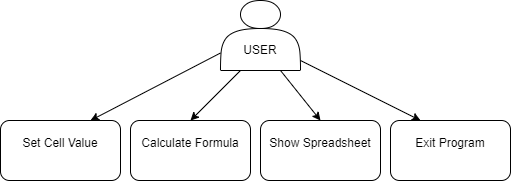
This is Use_case.drawio.png from hniina/Software_Architecture_project, a draw.io export, as it was before one commit. Source tidied: cells renumbered, new cells last; positions are measured from the earlier drawing's top-left corner, leaving out a move shared by most shapes.
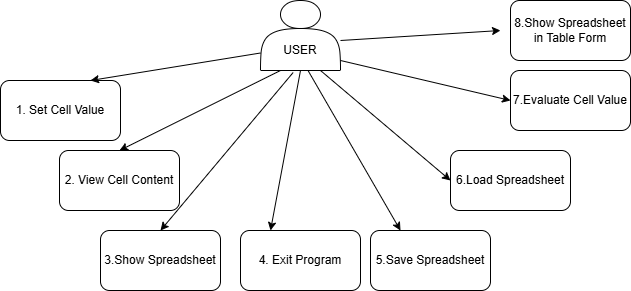
After the commit.

Diff of the diagram source:
```diff
@@ -2,34 +2,63 @@
   <root>
     <mxCell id="0" />
     <mxCell id="1" parent="0" />
-    <mxCell id="2" value="&#10;Set Cell Value&#10;&#10;" style="rounded=1;whiteSpace=wrap;html=1;" parent="1" vertex="1">
-      <mxGeometry y="120" width="120" height="60" as="geometry" />
+    <mxCell id="2" value="&lt;br&gt;1. Set Cell Value&lt;div&gt;&lt;br/&gt;&lt;/div&gt;" style="rounded=1;whiteSpace=wrap;html=1;" parent="1" vertex="1">
+      <mxGeometry x="-40" y="50" width="120" height="60" as="geometry" />
     </mxCell>
-    <mxCell id="3" value="&#10;Calculate Formula&#10;&#10;" style="rounded=1;whiteSpace=wrap;html=1;" parent="1" vertex="1">
-      <mxGeometry x="130" y="120" width="120" height="60" as="geometry" />
+    <mxCell id="3" value="2. View Cell Content" style="rounded=1;whiteSpace=wrap;html=1;" parent="1" vertex="1">
+      <mxGeometry x="19" y="120" width="120" height="60" as="geometry" />
     </mxCell>
-    <mxCell id="4" value="&#10;Show Spreadsheet&#10;&#10;" style="rounded=1;whiteSpace=wrap;html=1;" parent="1" vertex="1">
-      <mxGeometry x="260" y="120" width="120" height="60" as="geometry" />
+    <mxCell id="4" value="&lt;br&gt;3.Show Spreadsheet&lt;div&gt;&lt;br/&gt;&lt;/div&gt;" style="rounded=1;whiteSpace=wrap;html=1;" parent="1" vertex="1">
+      <mxGeometry x="60" y="200" width="120" height="60" as="geometry" />
     </mxCell>
-    <mxCell id="5" value="&#10;Exit Program&#10;&#10;" style="rounded=1;whiteSpace=wrap;html=1;" parent="1" vertex="1">
-      <mxGeometry x="390" y="120" width="120" height="60" as="geometry" />
+    <mxCell id="5" value="&lt;br&gt;4. Exit Program&lt;div&gt;&lt;br/&gt;&lt;/div&gt;" style="rounded=1;whiteSpace=wrap;html=1;" parent="1" vertex="1">
+      <mxGeometry x="200" y="200" width="120" height="60" as="geometry" />
     </mxCell>
     <mxCell id="6" value="&lt;div&gt;&lt;br&gt;&lt;/div&gt;&lt;div&gt;&lt;br&gt;&lt;/div&gt;&lt;div&gt;USER&lt;/div&gt;" style="shape=actor;whiteSpace=wrap;html=1;" parent="1" vertex="1">
-      <mxGeometry x="220" width="80" height="70" as="geometry" />
+      <mxGeometry x="220" y="-30" width="80" height="70" as="geometry" />
     </mxCell>
     <mxCell id="7" style="endArrow=classic;html=1;rounded=0;exitX=0;exitY=0.75;exitDx=0;exitDy=0;entryX=0.75;entryY=0;entryDx=0;entryDy=0;" parent="1" edge="1" source="6" target="2">
       <mxGeometry relative="1" as="geometry" />
     </mxCell>
     <mxCell id="8" style="endArrow=classic;html=1;rounded=0;entryX=0.25;entryY=0;entryDx=0;entryDy=0;" parent="1" edge="1" target="5">
       <mxGeometry relative="1" as="geometry">
-        <mxPoint x="300" y="60" as="sourcePoint" />
+        <mxPoint x="260" y="40" as="sourcePoint" />
       </mxGeometry>
     </mxCell>
     <mxCell id="9" style="endArrow=classic;html=1;rounded=0;exitX=0.25;exitY=1;exitDx=0;exitDy=0;entryX=0.5;entryY=0;entryDx=0;entryDy=0;" parent="1" edge="1" source="6" target="3">
       <mxGeometry relative="1" as="geometry" />
     </mxCell>
-    <mxCell id="10" style="endArrow=classic;html=1;rounded=0;exitX=0.75;exitY=1;exitDx=0;exitDy=0;entryX=0.5;entryY=0;entryDx=0;entryDy=0;" parent="1" edge="1" source="6" target="4">
+    <mxCell id="10" style="endArrow=classic;html=1;rounded=0;exitX=0.408;exitY=1.029;exitDx=0;exitDy=0;entryX=0.5;entryY=0;entryDx=0;entryDy=0;exitPerimeter=0;" parent="1" edge="1" source="6" target="4">
       <mxGeometry relative="1" as="geometry" />
     </mxCell>
+    <mxCell id="11" value="5.Save Spreadsheet" style="rounded=1;whiteSpace=wrap;html=1;" parent="1" vertex="1">
+      <mxGeometry x="330" y="200" width="120" height="60" as="geometry" />
+    </mxCell>
+    <mxCell id="12" value="8.Show Spreadsheet in Table Form" style="rounded=1;whiteSpace=wrap;html=1;" parent="1" vertex="1">
+      <mxGeometry x="470" y="-30" width="120" height="60" as="geometry" />
+    </mxCell>
+    <mxCell id="13" value="6.Load Spreadsheet" style="rounded=1;whiteSpace=wrap;html=1;" parent="1" vertex="1">
+      <mxGeometry x="410" y="120" width="120" height="60" as="geometry" />
+    </mxCell>
+    <mxCell id="14" value="7.Evaluate Cell Value" style="rounded=1;whiteSpace=wrap;html=1;" parent="1" vertex="1">
+      <mxGeometry x="470" y="40" width="120" height="60" as="geometry" />
+    </mxCell>
+    <mxCell id="15" style="endArrow=classic;html=1;rounded=0;entryX=0.25;entryY=0;entryDx=0;entryDy=0;exitX=0.597;exitY=1.006;exitDx=0;exitDy=0;exitPerimeter=0;" parent="1" edge="1" source="6" target="11">
+      <mxGeometry relative="1" as="geometry" />
+    </mxCell>
+    <mxCell id="16" style="endArrow=classic;html=1;rounded=0;entryX=0;entryY=0.5;entryDx=0;entryDy=0;exitX=0.75;exitY=1;exitDx=0;exitDy=0;" parent="1" edge="1" source="6" target="13">
+      <mxGeometry relative="1" as="geometry" />
+    </mxCell>
+    <mxCell id="17" style="endArrow=classic;html=1;rounded=0;" parent="1" edge="1">
+      <mxGeometry relative="1" as="geometry">
+        <mxPoint x="300" y="10" as="sourcePoint" />
+        <mxPoint x="460" as="targetPoint" />
+      </mxGeometry>
+    </mxCell>
+    <mxCell id="18" style="endArrow=classic;html=1;rounded=0;entryX=0;entryY=0.5;entryDx=0;entryDy=0;" parent="1" edge="1" target="14">
+      <mxGeometry relative="1" as="geometry">
+        <mxPoint x="300" y="30" as="sourcePoint" />
+      </mxGeometry>
+    </mxCell>
   </root>
 </mxGraphModel>
```
